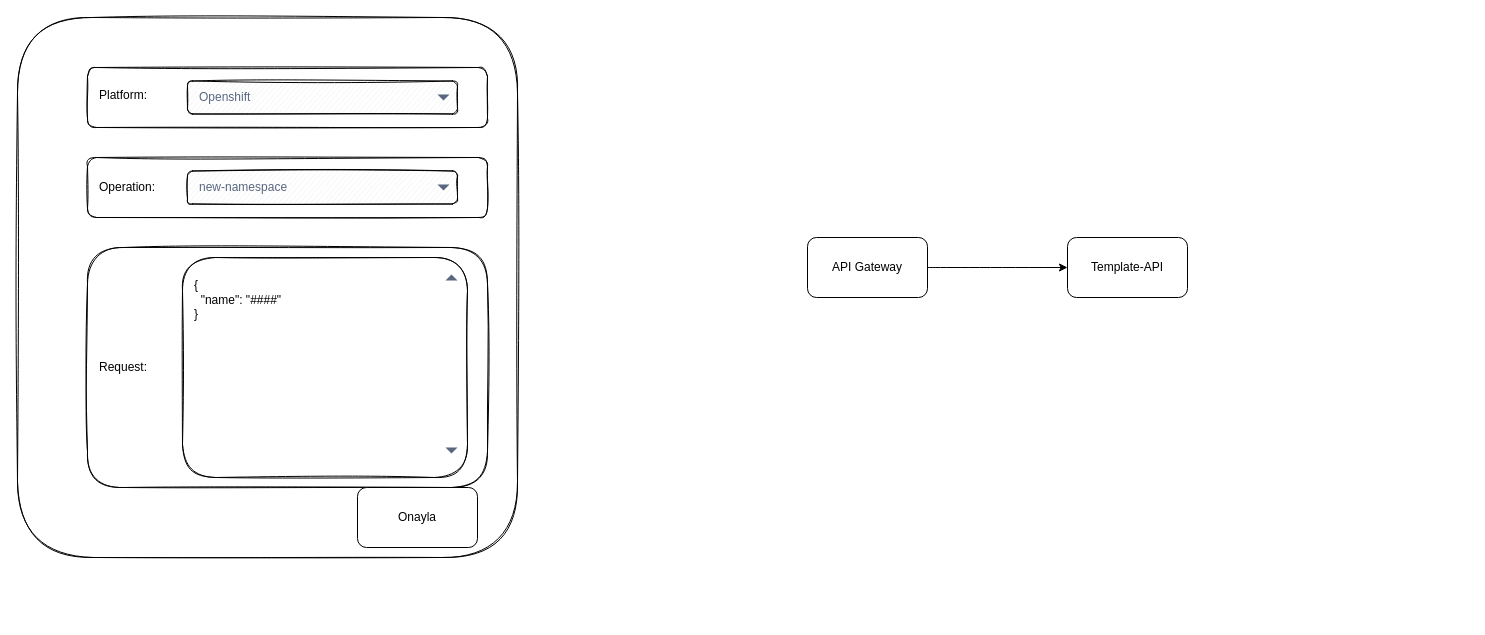
The draw.io diagram page "Otomasyon formu" (2 of 2) of iac-flow.drawio in haidouks/draw.io, before the edit. Source tidied: cells renumbered, new cells numbered last; positions are measured from the earlier drawing's top-left corner, leaving out a move shared by most shapes. Both pictures are drawn from the tidied source at 100%, with x=0, y=0 at pixel (17, 17).
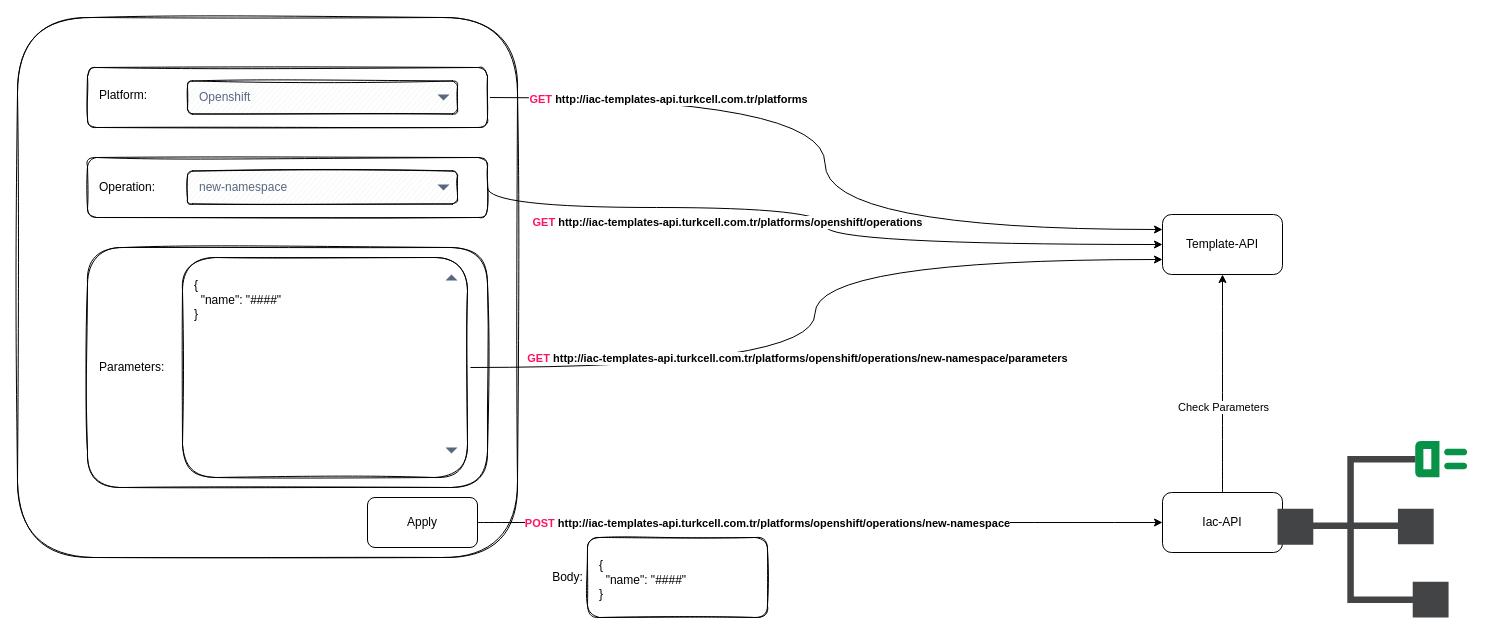
After the change.

Unchanged cells that the change refers to:
```xml
<mxCell id="3" value="&lt;br&gt;Platform:" style="rounded=1;whiteSpace=wrap;html=1;shadow=0;glass=0;sketch=1;strokeColor=#000000;gradientColor=none;verticalAlign=top;align=left;spacingLeft=10;labelBackgroundColor=#ffffff;" parent="1" vertex="1">
  <mxGeometry x="70" y="50" width="400" height="60" as="geometry" />
</mxCell>
<mxCell id="6" value="Operation:" style="rounded=1;whiteSpace=wrap;html=1;shadow=0;glass=0;sketch=1;strokeColor=#000000;gradientColor=none;verticalAlign=middle;align=left;spacingLeft=10;" parent="1" vertex="1">
  <mxGeometry x="70" y="140" width="400" height="60" as="geometry" />
</mxCell>
<mxCell id="10" value="&lt;div&gt;&lt;br&gt;&lt;/div&gt;&lt;div&gt;{&lt;/div&gt;&lt;div&gt;&amp;nbsp; &quot;name&quot;: &quot;####&quot;&lt;/div&gt;&lt;div&gt;}&lt;/div&gt;&lt;div&gt;&lt;br&gt;&lt;/div&gt;" style="rounded=1;whiteSpace=wrap;html=1;shadow=0;glass=0;sketch=1;strokeColor=#000000;gradientColor=none;verticalAlign=top;align=left;spacingLeft=10;labelBackgroundColor=#ffffff;" parent="1" vertex="1">
  <mxGeometry x="165" y="240" width="285" height="220" as="geometry" />
</mxCell>
```

Change to the diagram source:
```diff
@@
+    <mxCell id="17" style="edgeStyle=orthogonalEdgeStyle;jettySize=auto;html=1;exitX=1;exitY=0.5;exitDx=0;exitDy=0;entryX=0;entryY=0.25;entryDx=0;entryDy=0;curved=1;" parent="1" edge="1" source="3" target="14">
+      <mxGeometry relative="1" as="geometry" />
+    </mxCell>
+    <mxCell id="18" value="&lt;b&gt;&lt;font color=&quot;#ff1463&quot;&gt;GET &lt;/font&gt;http://iac-templates-api.turkcell.com.tr/platforms&lt;/b&gt;" style="edgeLabel;html=1;align=center;verticalAlign=middle;" parent="17" vertex="1">
+      <mxGeometry x="-0.14" y="-4" relative="1" as="geometry">
+        <mxPoint x="-153" y="-8" as="offset" />
+      </mxGeometry>
+    </mxCell>
@@
+    <mxCell id="19" style="edgeStyle=orthogonalEdgeStyle;curved=1;jettySize=auto;html=1;exitX=1;exitY=0.5;exitDx=0;exitDy=0;entryX=0;entryY=0.5;entryDx=0;entryDy=0;" parent="1" edge="1" source="6" target="14">
+      <mxGeometry relative="1" as="geometry">
+        <Array as="points">
+          <mxPoint x="470" y="190" />
+          <mxPoint x="808" y="190" />
+          <mxPoint x="808" y="227" />
+        </Array>
+      </mxGeometry>
+    </mxCell>
+    <mxCell id="20" value="&lt;b&gt;&lt;font color=&quot;#ff1463&quot;&gt;GET&lt;/font&gt;&amp;nbsp;http://iac-templates-api.turkcell.com.tr/platforms/openshift/operations&lt;/b&gt;" style="edgeLabel;html=1;align=center;verticalAlign=middle;" parent="19" vertex="1">
+      <mxGeometry x="-0.65" y="-6" relative="1" as="geometry">
+        <mxPoint x="131" y="8" as="offset" />
+      </mxGeometry>
+    </mxCell>
@@
-    <mxCell id="9" value="Request:" style="rounded=1;whiteSpace=wrap;html=1;shadow=0;glass=0;sketch=1;strokeColor=#000000;gradientColor=none;verticalAlign=middle;align=left;spacingLeft=10;" parent="1" vertex="1">
+    <mxCell id="9" value="Parameters:" style="rounded=1;whiteSpace=wrap;html=1;shadow=0;glass=0;sketch=1;strokeColor=#000000;gradientColor=none;verticalAlign=middle;align=left;spacingLeft=10;" parent="1" vertex="1">
       <mxGeometry x="70" y="230" width="400" height="240" as="geometry" />
     </mxCell>
+    <mxCell id="21" style="edgeStyle=orthogonalEdgeStyle;curved=1;jettySize=auto;html=1;exitX=1;exitY=0.5;exitDx=0;exitDy=0;entryX=0;entryY=0.75;entryDx=0;entryDy=0;" parent="1" edge="1" source="10" target="14">
+      <mxGeometry relative="1" as="geometry" />
+    </mxCell>
+    <mxCell id="22" value="&lt;b&gt;&lt;font color=&quot;#ff1463&quot;&gt;GET&lt;/font&gt;&amp;nbsp;http://iac-templates-api.turkcell.com.tr/platforms/openshift/operations/new-namespace/parameters&lt;/b&gt;" style="edgeLabel;html=1;align=center;verticalAlign=middle;" parent="21" vertex="1">
+      <mxGeometry x="-0.41" y="15" relative="1" as="geometry">
+        <mxPoint x="92" y="5" as="offset" />
+      </mxGeometry>
+    </mxCell>
@@
-    <mxCell id="13" style="edgeStyle=orthogonalEdgeStyle;jettySize=auto;html=1;curved=1;entryX=0;entryY=0.5;entryDx=0;entryDy=0;" parent="1" edge="1" source="14" target="15">
-      <mxGeometry relative="1" as="geometry" />
-    </mxCell>
-    <mxCell id="14" value="API Gateway" style="whiteSpace=wrap;html=1;rounded=1;" parent="1" vertex="1">
-      <mxGeometry x="790" y="220" width="120" height="60" as="geometry" />
+    <mxCell id="14" value="Template-API" style="whiteSpace=wrap;html=1;rounded=1;" parent="1" vertex="1">
+      <mxGeometry x="1145" y="197" width="120" height="60" as="geometry" />
     </mxCell>
-    <mxCell id="15" value="Template-API" style="whiteSpace=wrap;html=1;rounded=1;" parent="1" vertex="1">
-      <mxGeometry x="1050" y="220" width="120" height="60" as="geometry" />
-    </mxCell>
+    <mxCell id="23" style="edgeStyle=orthogonalEdgeStyle;curved=1;jettySize=auto;html=1;exitX=1;exitY=0.5;exitDx=0;exitDy=0;entryX=0;entryY=0.5;entryDx=0;entryDy=0;" parent="1" edge="1" source="16" target="27">
+      <mxGeometry relative="1" as="geometry" />
+    </mxCell>
+    <mxCell id="24" value="&lt;b&gt;&lt;font color=&quot;#ff1463&quot;&gt;POST&lt;/font&gt;&amp;nbsp;http://iac-templates-api.turkcell.com.tr/platforms/openshift/operations/new-namespace&lt;/b&gt;" style="edgeLabel;html=1;align=center;verticalAlign=middle;" parent="23" vertex="1">
+      <mxGeometry x="-0.24" y="1" relative="1" as="geometry">
+        <mxPoint x="29" y="1" as="offset" />
+      </mxGeometry>
+    </mxCell>
-    <mxCell id="16" value="Onayla" style="rounded=1;whiteSpace=wrap;html=1;" parent="1" vertex="1">
-      <mxGeometry x="340" y="470" width="120" height="60" as="geometry" />
+    <mxCell id="16" value="Apply" style="rounded=1;whiteSpace=wrap;html=1;" parent="1" vertex="1">
+      <mxGeometry x="350" y="480" width="110" height="50" as="geometry" />
     </mxCell>
+    <mxCell id="25" style="edgeStyle=orthogonalEdgeStyle;curved=1;jettySize=auto;html=1;exitX=0.5;exitY=0;exitDx=0;exitDy=0;entryX=0.5;entryY=1;entryDx=0;entryDy=0;" parent="1" edge="1" source="27" target="14">
+      <mxGeometry relative="1" as="geometry" />
+    </mxCell>
+    <mxCell id="26" value="Check Parameters" style="edgeLabel;html=1;align=center;verticalAlign=middle;" parent="25" vertex="1">
+      <mxGeometry x="-0.21" relative="1" as="geometry" />
+    </mxCell>
+    <mxCell id="27" value="Iac-API" style="rounded=1;whiteSpace=wrap;html=1;" parent="1" vertex="1">
+      <mxGeometry x="1145" y="475" width="120" height="60" as="geometry" />
+    </mxCell>
+    <mxCell id="28" value="&lt;div&gt;&lt;br&gt;&lt;/div&gt;&lt;div&gt;{&lt;/div&gt;&lt;div&gt;&amp;nbsp; &quot;name&quot;: &quot;####&quot;&lt;/div&gt;&lt;div&gt;}&lt;/div&gt;&lt;div&gt;&lt;br&gt;&lt;/div&gt;" style="rounded=1;whiteSpace=wrap;html=1;shadow=0;glass=0;sketch=1;strokeColor=#000000;gradientColor=none;verticalAlign=top;align=left;spacingLeft=10;labelBackgroundColor=#ffffff;" parent="1" vertex="1">
+      <mxGeometry x="570" y="520" width="180" height="80" as="geometry" />
+    </mxCell>
+    <mxCell id="29" value="Body:" style="text;html=1;align=center;verticalAlign=middle;strokeColor=none;" parent="1" vertex="1">
+      <mxGeometry x="525" y="550" width="50" height="20" as="geometry" />
+    </mxCell>
+    <mxCell id="30" style="shadow=0;dashed=0;html=1;strokeColor=none;fillColor=#434445;labelPosition=center;verticalLabelPosition=bottom;verticalAlign=top;align=center;shape=mxgraph.vvd.endpoint;" parent="1" vertex="1">
+      <mxGeometry x="1260" y="423.5" width="189.8" height="176.5" as="geometry" />
+    </mxCell>
```
